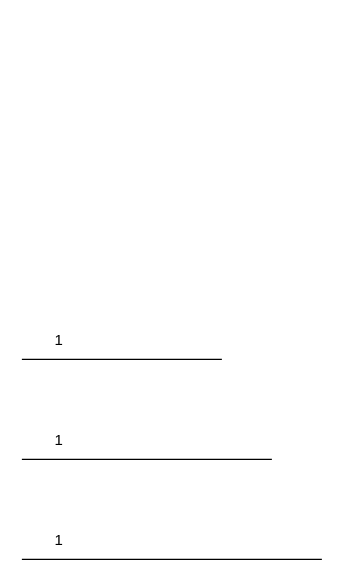
Above: 未命名绘图1.drawio in muweize/drawio-warehouse (draw.io), before the change. Source tidied: cells renumbered, new cells numbered last; positions are measured from the earlier drawing's top-left corner, leaving out a move shared by most shapes. Both pictures are drawn from the tidied source at 125%, with x=0, y=0 at pixel (21, 321).
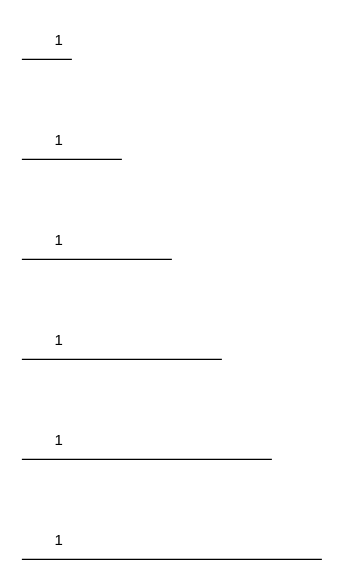
The same page after the edit.

Commit message (it also covers changes not shown here):
更新未命名绘图1.drawio

Change to the diagram source:
```diff
@@
 <mxGraphModel>
   <root>
     <mxCell id="0" />
     <mxCell id="1" parent="0" />
     <mxCell id="2" style="endArrow=none;html=1;rounded=0;" parent="1" edge="1">
       <mxGeometry relative="1" as="geometry">
         <mxPoint y="110" as="sourcePoint" />
         <mxPoint x="200" y="110" as="targetPoint" />
       </mxGeometry>
     </mxCell>
     <mxCell id="3" style="endArrow=none;html=1;rounded=0;" parent="1" edge="1">
       <mxGeometry relative="1" as="geometry">
         <mxPoint y="190" as="sourcePoint" />
         <mxPoint x="240" y="190" as="targetPoint" />
       </mxGeometry>
     </mxCell>
     <mxCell id="4" style="endArrow=none;html=1;rounded=0;" parent="1" edge="1">
       <mxGeometry relative="1" as="geometry">
         <mxPoint y="30" as="sourcePoint" />
         <mxPoint x="160" y="30" as="targetPoint" />
       </mxGeometry>
     </mxCell>
     <mxCell id="5" value="1" style="text;html=1;strokeColor=none;fillColor=none;align=center;verticalAlign=middle;whiteSpace=wrap;rounded=0;" parent="1" vertex="1">
       <mxGeometry y="80" width="60" height="30" as="geometry" />
     </mxCell>
     <mxCell id="6" value="1" style="text;html=1;strokeColor=none;fillColor=none;align=center;verticalAlign=middle;whiteSpace=wrap;rounded=0;" parent="1" vertex="1">
       <mxGeometry y="160" width="60" height="30" as="geometry" />
     </mxCell>
     <mxCell id="7" value="1" style="text;html=1;strokeColor=none;fillColor=none;align=center;verticalAlign=middle;whiteSpace=wrap;rounded=0;" parent="1" vertex="1">
       <mxGeometry width="60" height="30" as="geometry" />
     </mxCell>
+    <mxCell id="8" style="endArrow=none;html=1;rounded=0;" parent="1" edge="1">
+      <mxGeometry relative="1" as="geometry">
+        <mxPoint y="-50" as="sourcePoint" />
+        <mxPoint x="120" y="-50" as="targetPoint" />
+      </mxGeometry>
+    </mxCell>
+    <mxCell id="9" value="1" style="text;html=1;strokeColor=none;fillColor=none;align=center;verticalAlign=middle;whiteSpace=wrap;rounded=0;" parent="1" vertex="1">
+      <mxGeometry y="-80" width="60" height="30" as="geometry" />
+    </mxCell>
+    <mxCell id="10" style="endArrow=none;html=1;rounded=0;" parent="1" edge="1">
+      <mxGeometry relative="1" as="geometry">
+        <mxPoint y="-130" as="sourcePoint" />
+        <mxPoint x="80" y="-130" as="targetPoint" />
+      </mxGeometry>
+    </mxCell>
+    <mxCell id="11" value="1" style="text;html=1;strokeColor=none;fillColor=none;align=center;verticalAlign=middle;whiteSpace=wrap;rounded=0;" parent="1" vertex="1">
+      <mxGeometry y="-160" width="60" height="30" as="geometry" />
+    </mxCell>
+    <mxCell id="12" style="endArrow=none;html=1;rounded=0;" parent="1" edge="1">
+      <mxGeometry relative="1" as="geometry">
+        <mxPoint y="-210" as="sourcePoint" />
+        <mxPoint x="40" y="-210" as="targetPoint" />
+      </mxGeometry>
+    </mxCell>
+    <mxCell id="13" value="1" style="text;html=1;strokeColor=none;fillColor=none;align=center;verticalAlign=middle;whiteSpace=wrap;rounded=0;" parent="1" vertex="1">
+      <mxGeometry y="-240" width="60" height="30" as="geometry" />
+    </mxCell>
   </root>
 </mxGraphModel>
```
